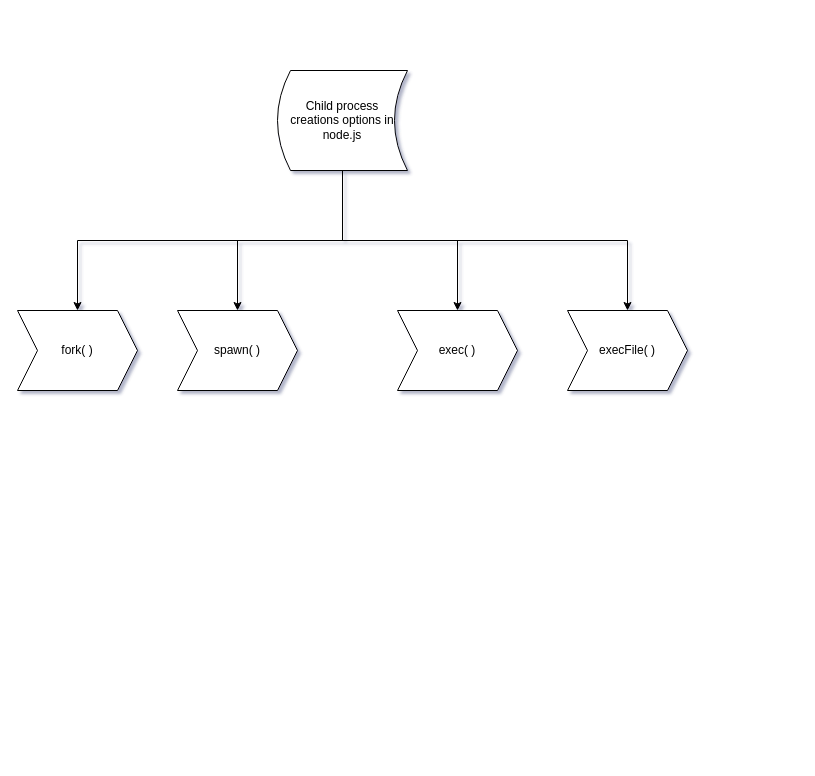
Earlier version of the draw.io diagram page "Child Process" (4 of 13) of My Articles/node.js/Node.js Understanding.drawio (anbarasan-raji/books). Source tidied: cells renumbered, new cells numbered last; positions are measured from the earlier drawing's top-left corner, leaving out a move shared by most shapes. Both pictures are drawn from the tidied source at 100%, with x=0, y=0 at pixel (17, 70).
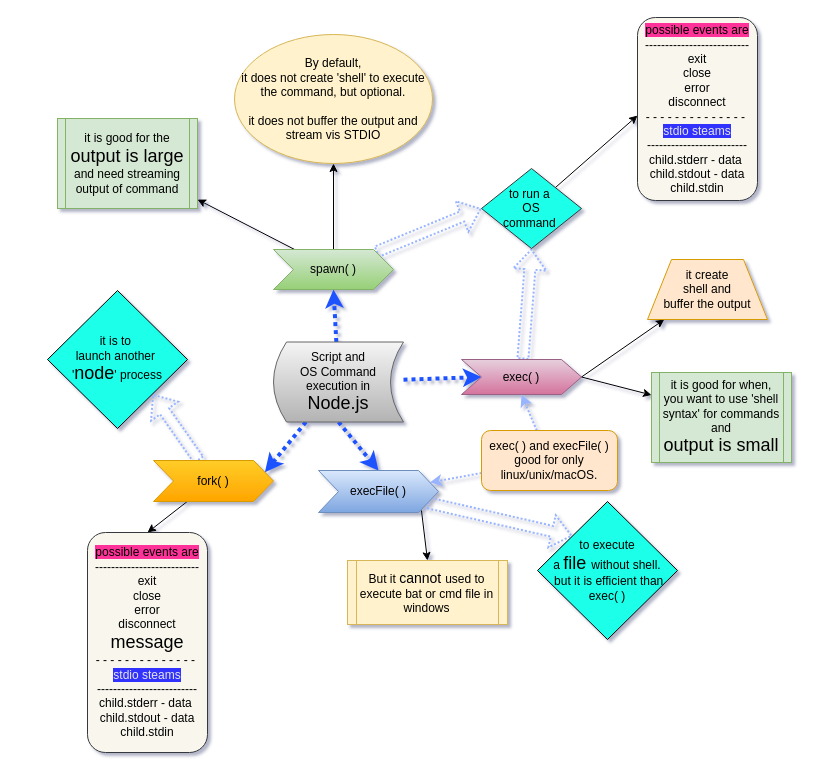
Above is the later version.

Diff of the diagram source:
```diff
@@
+    <mxCell id="11" style="edgeStyle=none;rounded=0;jettySize=auto;html=1;entryX=1;entryY=1;entryDx=0;entryDy=0;dashed=1;dashPattern=1 1;strokeColor=#99B4FF;strokeWidth=2;shape=flexArrow;" parent="1" edge="1" source="2" target="32">
+      <mxGeometry relative="1" as="geometry" />
+    </mxCell>
+    <mxCell id="12" style="edgeStyle=none;rounded=0;jettySize=auto;html=1;entryX=0.5;entryY=0;entryDx=0;entryDy=0;" parent="1" edge="1" source="2" target="30">
+      <mxGeometry relative="1" as="geometry" />
+    </mxCell>
-    <mxCell id="2" value="fork( )" style="shape=step;perimeter=stepPerimeter;whiteSpace=wrap;html=1;fixedSize=1;" parent="1" vertex="1">
-      <mxGeometry y="240" width="120" height="80" as="geometry" />
+    <mxCell id="2" value="fork( )" style="shape=step;perimeter=stepPerimeter;whiteSpace=wrap;html=1;fixedSize=1;fillColor=#ffcd28;strokeColor=#d79b00;gradientColor=#ffa500;" parent="1" vertex="1">
+      <mxGeometry x="136" y="390" width="120" height="41" as="geometry" />
     </mxCell>
-    <mxCell id="3" style="edgeStyle=orthogonalEdgeStyle;rounded=0;jettySize=auto;html=1;" parent="1" edge="1" target="2">
-      <mxGeometry relative="1" as="geometry">
-        <mxPoint x="325" y="100" as="sourcePoint" />
-        <Array as="points">
-          <mxPoint x="325" y="170" />
-          <mxPoint x="60" y="170" />
-        </Array>
-      </mxGeometry>
-    </mxCell>
-    <mxCell id="4" style="edgeStyle=orthogonalEdgeStyle;rounded=0;jettySize=auto;html=1;entryX=0.5;entryY=0;entryDx=0;entryDy=0;exitX=0.5;exitY=1;exitDx=0;exitDy=0;" parent="1" edge="1" source="7" target="10">
+    <mxCell id="4" style="rounded=0;jettySize=auto;html=1;entryX=0.5;entryY=0;entryDx=0;entryDy=0;exitX=0.5;exitY=1;exitDx=0;exitDy=0;strokeWidth=4;dashed=1;dashPattern=1 1;strokeColor=#1F53FF;" parent="1" edge="1" source="7" target="10">
       <mxGeometry relative="1" as="geometry" />
     </mxCell>
-    <mxCell id="5" style="edgeStyle=orthogonalEdgeStyle;rounded=0;jettySize=auto;html=1;entryX=0.5;entryY=0;entryDx=0;entryDy=0;" parent="1" edge="1" source="7" target="8">
+    <mxCell id="5" style="rounded=0;jettySize=auto;html=1;entryX=0;entryY=0.5;entryDx=0;entryDy=0;strokeWidth=4;dashed=1;dashPattern=1 1;strokeColor=#1F53FF;" parent="1" edge="1" source="7" target="8">
       <mxGeometry relative="1" as="geometry" />
     </mxCell>
-    <mxCell id="6" style="edgeStyle=orthogonalEdgeStyle;rounded=0;jettySize=auto;html=1;entryX=0.5;entryY=0;entryDx=0;entryDy=0;exitX=0.5;exitY=1;exitDx=0;exitDy=0;" parent="1" edge="1" source="7" target="9">
-      <mxGeometry relative="1" as="geometry">
-        <Array as="points">
-          <mxPoint x="325" y="170" />
-          <mxPoint x="220" y="170" />
-        </Array>
-      </mxGeometry>
+    <mxCell id="6" style="edgeStyle=none;rounded=0;jettySize=auto;html=1;entryX=0.5;entryY=1;entryDx=0;entryDy=0;strokeWidth=4;dashed=1;dashPattern=1 1;strokeColor=#1F53FF;" parent="1" edge="1" source="7" target="9">
+      <mxGeometry relative="1" as="geometry" />
     </mxCell>
+    <mxCell id="13" style="edgeStyle=none;rounded=0;jettySize=auto;html=1;entryX=1;entryY=0.25;entryDx=0;entryDy=0;strokeWidth=4;dashed=1;dashPattern=1 1;strokeColor=#1F53FF;" parent="1" edge="1" source="7" target="2">
+      <mxGeometry relative="1" as="geometry" />
+    </mxCell>
-    <mxCell id="7" value="Child process &lt;br&gt;creations options in node.js" style="shape=dataStorage;whiteSpace=wrap;html=1;" parent="1" vertex="1">
-      <mxGeometry x="260" width="130" height="100" as="geometry" />
+    <mxCell id="7" value="Script and &lt;br&gt;OS Command execution in &lt;br&gt;&lt;font style=&quot;font-size: 18px&quot;&gt;Node.js&lt;/font&gt;" style="shape=dataStorage;whiteSpace=wrap;html=1;gradientColor=#b3b3b3;fillColor=#f5f5f5;strokeColor=#666666;" parent="1" vertex="1">
+      <mxGeometry x="256" y="271.5" width="130" height="80" as="geometry" />
     </mxCell>
+    <mxCell id="14" style="edgeStyle=none;rounded=0;jettySize=auto;html=1;exitX=1;exitY=0.5;exitDx=0;exitDy=0;" parent="1" edge="1" source="8" target="26">
+      <mxGeometry relative="1" as="geometry" />
+    </mxCell>
+    <mxCell id="15" style="edgeStyle=none;rounded=0;jettySize=auto;html=1;entryX=0;entryY=0.25;entryDx=0;entryDy=0;exitX=1;exitY=0.5;exitDx=0;exitDy=0;" parent="1" edge="1" source="8" target="27">
+      <mxGeometry relative="1" as="geometry" />
+    </mxCell>
+    <mxCell id="16" style="edgeStyle=none;rounded=0;jettySize=auto;html=1;entryX=0.5;entryY=1;entryDx=0;entryDy=0;shape=flexArrow;strokeWidth=2;dashed=1;dashPattern=1 1;strokeColor=#99B4FF;" parent="1" edge="1" source="8" target="23">
+      <mxGeometry relative="1" as="geometry" />
+    </mxCell>
-    <mxCell id="8" value="exec( )" style="shape=step;perimeter=stepPerimeter;whiteSpace=wrap;html=1;fixedSize=1;" parent="1" vertex="1">
-      <mxGeometry x="380" y="240" width="120" height="80" as="geometry" />
+    <mxCell id="8" value="exec( )" style="shape=step;perimeter=stepPerimeter;whiteSpace=wrap;html=1;fixedSize=1;gradientColor=#d5739d;fillColor=#e6d0de;strokeColor=#996185;" parent="1" vertex="1">
+      <mxGeometry x="444" y="289" width="120" height="35" as="geometry" />
     </mxCell>
+    <mxCell id="17" style="edgeStyle=none;rounded=0;jettySize=auto;html=1;entryX=0;entryY=0.5;entryDx=0;entryDy=0;shape=flexArrow;strokeWidth=2;dashed=1;dashPattern=1 1;strokeColor=#99B4FF;" parent="1" edge="1" source="9" target="23">
+      <mxGeometry relative="1" as="geometry" />
+    </mxCell>
+    <mxCell id="18" style="edgeStyle=none;rounded=0;jettySize=auto;html=1;entryX=0.5;entryY=1;entryDx=0;entryDy=0;" parent="1" edge="1" source="9" target="25">
+      <mxGeometry relative="1" as="geometry" />
+    </mxCell>
+    <mxCell id="19" style="edgeStyle=none;rounded=0;jettySize=auto;html=1;" parent="1" edge="1" source="9" target="28">
+      <mxGeometry relative="1" as="geometry" />
+    </mxCell>
-    <mxCell id="9" value="spawn( )" style="shape=step;perimeter=stepPerimeter;whiteSpace=wrap;html=1;fixedSize=1;" parent="1" vertex="1">
-      <mxGeometry x="160" y="240" width="120" height="80" as="geometry" />
+    <mxCell id="9" value="spawn( )" style="shape=step;perimeter=stepPerimeter;whiteSpace=wrap;html=1;fixedSize=1;gradientColor=#97d077;fillColor=#d5e8d4;strokeColor=#82b366;" parent="1" vertex="1">
+      <mxGeometry x="256" y="179" width="120" height="40" as="geometry" />
     </mxCell>
+    <mxCell id="20" style="edgeStyle=none;rounded=0;jettySize=auto;html=1;entryX=0;entryY=0;entryDx=0;entryDy=0;dashed=1;dashPattern=1 1;strokeColor=#99B4FF;strokeWidth=2;shape=flexArrow;" parent="1" edge="1" source="10" target="31">
+      <mxGeometry relative="1" as="geometry" />
+    </mxCell>
+    <mxCell id="21" style="edgeStyle=none;rounded=0;jettySize=auto;html=1;entryX=0.5;entryY=0;entryDx=0;entryDy=0;exitX=0.858;exitY=0.952;exitDx=0;exitDy=0;exitPerimeter=0;" parent="1" edge="1" source="10" target="29">
+      <mxGeometry relative="1" as="geometry" />
+    </mxCell>
-    <mxCell id="10" value="execFile( )" style="shape=step;perimeter=stepPerimeter;whiteSpace=wrap;html=1;fixedSize=1;" parent="1" vertex="1">
-      <mxGeometry x="550" y="240" width="120" height="80" as="geometry" />
+    <mxCell id="10" value="execFile( )" style="shape=step;perimeter=stepPerimeter;whiteSpace=wrap;html=1;fixedSize=1;gradientColor=#7ea6e0;fillColor=#dae8fc;strokeColor=#6c8ebf;" parent="1" vertex="1">
+      <mxGeometry x="301" y="400" width="120" height="42" as="geometry" />
     </mxCell>
+    <mxCell id="22" style="edgeStyle=none;rounded=0;jettySize=auto;html=1;entryX=0;entryY=0.536;entryDx=0;entryDy=0;entryPerimeter=0;" parent="1" edge="1" source="23" target="24">
+      <mxGeometry relative="1" as="geometry" />
+    </mxCell>
+    <mxCell id="23" value="to run a&amp;nbsp;&lt;br&gt;OS&lt;br&gt;command&amp;nbsp;" style="rhombus;whiteSpace=wrap;html=1;fillColor=#1CFFE8;strokeColor=#36393d;" parent="1" vertex="1">
+      <mxGeometry x="464" y="98" width="100" height="80" as="geometry" />
+    </mxCell>
+    <mxCell id="24" value="&lt;span style=&quot;background-color: rgb(255 , 51 , 153)&quot;&gt;possible events are&lt;/span&gt;&lt;br&gt;--------------------------&lt;br&gt;exit&lt;br&gt;close&lt;br&gt;error&lt;br&gt;disconnect&lt;br&gt;- - - - - - - - - - - - - -&amp;nbsp;&lt;br&gt;&lt;span style=&quot;background-color: rgb(51 , 51 , 255)&quot;&gt;&lt;font color=&quot;#e6e6e6&quot;&gt;stdio steams&lt;/font&gt;&lt;/span&gt;&lt;br&gt;-------------------------&lt;br&gt;child.stderr - data&amp;nbsp;&lt;br&gt;child.stdout - data&lt;br&gt;child.stdin" style="rounded=1;whiteSpace=wrap;html=1;fillColor=#f9f7ed;strokeColor=#36393d;" parent="1" vertex="1">
+      <mxGeometry x="620" y="-53" width="120" height="183" as="geometry" />
+    </mxCell>
+    <mxCell id="25" value="By default, &lt;br&gt;it does not create 'shell' to execute the command, but optional.&lt;br&gt;&lt;br&gt;it does not buffer the output and stream vis STDIO" style="ellipse;whiteSpace=wrap;html=1;fillColor=#fff2cc;strokeColor=#d6b656;" parent="1" vertex="1">
+      <mxGeometry x="217" y="-36" width="198" height="129" as="geometry" />
+    </mxCell>
+    <mxCell id="26" value="it create &lt;br&gt;shell and &lt;br&gt;buffer the output" style="shape=trapezoid;perimeter=trapezoidPerimeter;whiteSpace=wrap;html=1;fillColor=#ffe6cc;strokeColor=#d79b00;" parent="1" vertex="1">
+      <mxGeometry x="630" y="189" width="120" height="60" as="geometry" />
+    </mxCell>
+    <mxCell id="27" value="it is good for when, you want to use 'shell syntax' for commands&lt;br&gt;and&lt;br&gt;&lt;font style=&quot;font-size: 18px&quot;&gt;output is small&lt;/font&gt;" style="shape=process;whiteSpace=wrap;html=1;backgroundOutline=1;size=0.058333333333333334;fillColor=#d5e8d4;strokeColor=#82b366;" parent="1" vertex="1">
+      <mxGeometry x="634" y="302" width="140" height="90" as="geometry" />
+    </mxCell>
+    <mxCell id="28" value="it is good for the &lt;font style=&quot;font-size: 18px&quot;&gt;output is large &lt;/font&gt;and need streaming output of command" style="shape=process;whiteSpace=wrap;html=1;backgroundOutline=1;size=0.058333333333333334;fillColor=#d5e8d4;strokeColor=#82b366;" parent="1" vertex="1">
+      <mxGeometry x="40" y="48" width="140" height="90" as="geometry" />
+    </mxCell>
+    <mxCell id="29" value="But it &lt;font style=&quot;font-size: 14px&quot;&gt;cannot &lt;/font&gt;used to execute bat or cmd file in windows" style="shape=process;whiteSpace=wrap;html=1;backgroundOutline=1;size=0.058333333333333334;fillColor=#fff2cc;strokeColor=#d6b656;" parent="1" vertex="1">
+      <mxGeometry x="330" y="490" width="160" height="64" as="geometry" />
+    </mxCell>
+    <mxCell id="30" value="&lt;span style=&quot;background-color: rgb(255 , 51 , 153)&quot;&gt;possible events are&lt;/span&gt;&lt;br&gt;--------------------------&lt;br&gt;exit&lt;br&gt;close&lt;br&gt;error&lt;br&gt;disconnect&lt;br&gt;&lt;font style=&quot;font-size: 18px&quot;&gt;&lt;font&gt;message&lt;/font&gt;&lt;br&gt;&lt;/font&gt;- - - - - - - - - - - - - -&amp;nbsp;&lt;br&gt;&lt;span style=&quot;background-color: rgb(51 , 51 , 255)&quot;&gt;&lt;font color=&quot;#e6e6e6&quot;&gt;stdio steams&lt;/font&gt;&lt;/span&gt;&lt;br&gt;-------------------------&lt;br&gt;child.stderr - data&amp;nbsp;&lt;br&gt;child.stdout - data&lt;br&gt;child.stdin" style="rounded=1;whiteSpace=wrap;html=1;fillColor=#f9f7ed;strokeColor=#36393d;" parent="1" vertex="1">
+      <mxGeometry x="70" y="462" width="120" height="220" as="geometry" />
+    </mxCell>
+    <mxCell id="31" value="&lt;span style=&quot;white-space: normal&quot;&gt;to execute &lt;br&gt;a &lt;font style=&quot;font-size: 18px&quot;&gt;file &lt;/font&gt;without shell.&lt;br&gt;&amp;nbsp;&lt;/span&gt;&lt;span style=&quot;white-space: normal&quot;&gt;but it is efficient than exec( )&lt;/span&gt;" style="rhombus;whiteSpace=wrap;html=1;fillColor=#1CFFE8;" parent="1" vertex="1">
+      <mxGeometry x="520" y="431" width="140" height="138" as="geometry" />
+    </mxCell>
+    <mxCell id="32" value="it is to&amp;nbsp;&lt;br&gt;launch another&amp;nbsp;&lt;br&gt;'&lt;font style=&quot;font-size: 18px&quot;&gt;node&lt;/font&gt;' process" style="rhombus;whiteSpace=wrap;html=1;fillColor=#1CFFE8;" parent="1" vertex="1">
+      <mxGeometry x="30" y="220" width="140" height="138" as="geometry" />
+    </mxCell>
+    <mxCell id="33" style="edgeStyle=none;rounded=0;jettySize=auto;html=1;entryX=0.5;entryY=1;entryDx=0;entryDy=0;dashed=1;dashPattern=1 1;strokeColor=#99B4FF;strokeWidth=2;" parent="1" edge="1" source="35" target="8">
+      <mxGeometry relative="1" as="geometry" />
+    </mxCell>
+    <mxCell id="34" style="edgeStyle=none;rounded=0;jettySize=auto;html=1;entryX=1;entryY=0.25;entryDx=0;entryDy=0;dashed=1;dashPattern=1 1;strokeColor=#99B4FF;strokeWidth=2;" parent="1" edge="1" source="35" target="10">
+      <mxGeometry relative="1" as="geometry" />
+    </mxCell>
+    <mxCell id="35" value="exec( ) and execFile( ) good for only linux/unix/macOS." style="rounded=1;whiteSpace=wrap;html=1;fillColor=#ffe6cc;strokeColor=#d79b00;" parent="1" vertex="1">
+      <mxGeometry x="464" y="360" width="136" height="60" as="geometry" />
+    </mxCell>
```
